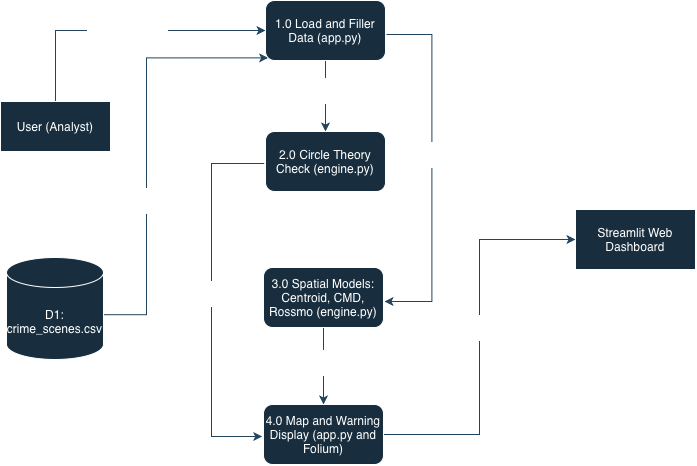
Above: Geographic_Profiling_DFD.drawio.png in annacsprojects/gold-crest-geographic-profiling (draw.io), before the change. Source tidied: cells renumbered, new cells last; positions are measured from the earlier drawing's top-left corner, leaving out a move shared by most shapes. Its diagram source:
```xml
<mxGraphModel background="light-dark(#FFFFFF,#FFFFFF)">
  <root>
    <mxCell id="0" />
    <mxCell id="1" parent="0" />
    <mxCell id="2" style="edgeStyle=orthogonalEdgeStyle;rounded=0;jettySize=auto;html=1;entryX=0;entryY=0.5;entryDx=0;entryDy=0;defaultLabelBackgroundColor=page;labelPadding=0 4;fontColor=default;strokeColor=#23445D;" parent="1" edge="1" source="4" target="12">
      <mxGeometry relative="1" as="geometry">
        <Array as="points">
          <mxPoint x="55" y="30" />
        </Array>
      </mxGeometry>
    </mxCell>
    <mxCell id="3" value="Mode, Case &amp;amp;&amp;nbsp;&lt;div&gt;Table Edits&lt;/div&gt;" style="edgeLabel;html=1;align=center;verticalAlign=middle;inheritText=fontFamily,fontSize,fontStyle,textOpacity,labelBorderColor,labelBorderWidth,labelBackgroundColor,defaultLabelBackgroundColor,labelPadding;defaultLabelBackgroundColor=page;labelPadding=0 4;fontColor=#FFFFFF;" parent="2" vertex="1">
      <mxGeometry x="0.01" y="1" relative="1" as="geometry" />
    </mxCell>
    <mxCell id="4" value="User (Analyst)" style="html=1;whiteSpace=wrap;labelBackgroundColor=none;fillColor=#182E3E;strokeColor=#FFFFFF;fontColor=#FFFFFF;" parent="1" vertex="1">
      <mxGeometry y="101" width="110" height="50" as="geometry" />
    </mxCell>
    <mxCell id="5" style="edgeStyle=orthogonalEdgeStyle;rounded=0;jettySize=auto;html=1;exitX=0.5;exitY=0;exitDx=0;exitDy=0;exitPerimeter=0;entryX=0;entryY=1;entryDx=0;entryDy=0;defaultLabelBackgroundColor=page;labelPadding=0 4;fontColor=default;strokeColor=#23445D;" parent="1" edge="1" source="7" target="12">
      <mxGeometry x="0.22" relative="1" as="geometry">
        <Array as="points">
          <mxPoint x="54.5" y="314.2" />
          <mxPoint x="146" y="314.2" />
          <mxPoint x="146" y="57.4" />
        </Array>
      </mxGeometry>
    </mxCell>
    <mxCell id="6" value="Lat/Lon&amp;nbsp;&lt;div&gt;Rows&lt;/div&gt;" style="edgeLabel;html=1;align=center;verticalAlign=middle;inheritText=fontFamily,fontSize,fontStyle,textOpacity,labelBorderColor,labelBorderWidth,labelBackgroundColor,defaultLabelBackgroundColor,labelPadding;defaultLabelBackgroundColor=page;labelPadding=0 4;fontColor=#FFFFFF;" parent="5" vertex="1">
      <mxGeometry x="-0.01" relative="1" as="geometry" />
    </mxCell>
    <mxCell id="7" value="D1: crime_scenes.csv" style="shape=cylinder3;whiteSpace=wrap;html=1;boundedLbl=1;backgroundOutline=1;size=15;labelBackgroundColor=none;fillColor=#182E3E;strokeColor=#FFFFFF;fontColor=#FFFFFF;" parent="1" vertex="1">
      <mxGeometry x="6" y="257" width="97" height="102" as="geometry" />
    </mxCell>
    <mxCell id="8" style="edgeStyle=orthogonalEdgeStyle;rounded=0;jettySize=auto;html=1;entryX=0.5;entryY=0;entryDx=0;entryDy=0;defaultLabelBackgroundColor=page;labelPadding=0 4;fontColor=default;strokeColor=#23445D;" parent="1" edge="1" source="12" target="15">
      <mxGeometry relative="1" as="geometry" />
    </mxCell>
    <mxCell id="9" value="Organised&lt;div&gt;Coordinates&lt;/div&gt;" style="edgeLabel;html=1;align=center;verticalAlign=middle;inheritText=fontFamily,fontSize,fontStyle,textOpacity,labelBorderColor,labelBorderWidth,labelBackgroundColor,defaultLabelBackgroundColor,labelPadding;defaultLabelBackgroundColor=page;labelPadding=0 4;fontColor=#FFFFFF;" parent="8" vertex="1">
      <mxGeometry x="-0.15" y="-3" relative="1" as="geometry" />
    </mxCell>
    <mxCell id="10" style="edgeStyle=orthogonalEdgeStyle;rounded=0;orthogonalLoop=1;jettySize=auto;html=1;exitX=1;exitY=0.5;exitDx=0;exitDy=0;entryX=1;entryY=0.5;entryDx=0;entryDy=0;defaultLabelBackgroundColor=page;labelPadding=0 4;fontColor=default;strokeColor=#23445D;" parent="1" edge="1">
      <mxGeometry relative="1" as="geometry">
        <mxPoint x="386" y="34" as="sourcePoint" />
        <mxPoint x="384" y="301" as="targetPoint" />
        <Array as="points">
          <mxPoint x="431.4" y="34" />
          <mxPoint x="431.4" y="301" />
        </Array>
      </mxGeometry>
    </mxCell>
    <mxCell id="11" value="Organised&lt;div&gt;Coordinates&lt;/div&gt;" style="edgeLabel;html=1;align=center;verticalAlign=middle;inheritText=fontFamily,fontSize,fontStyle,textOpacity,labelBorderColor,labelBorderWidth,labelBackgroundColor,defaultLabelBackgroundColor,labelPadding;defaultLabelBackgroundColor=page;labelPadding=0 4;fontColor=#FFFFFF;" parent="10" vertex="1">
      <mxGeometry x="0.46" y="-2" relative="1" as="geometry">
        <mxPoint x="4" y="-97" as="offset" />
      </mxGeometry>
    </mxCell>
    <mxCell id="12" value="1.0 Load and Filler Data (app.py)" style="rounded=1;whiteSpace=wrap;html=1;roundedPerimeter=1;labelBackgroundColor=none;fillColor=#182E3E;strokeColor=#FFFFFF;fontColor=#FFFFFF;" parent="1" vertex="1">
      <mxGeometry x="265" width="120" height="60" as="geometry" />
    </mxCell>
    <mxCell id="13" style="edgeStyle=orthogonalEdgeStyle;rounded=0;orthogonalLoop=1;jettySize=auto;html=1;exitX=0;exitY=0.5;exitDx=0;exitDy=0;entryX=0;entryY=0.5;entryDx=0;entryDy=0;defaultLabelBackgroundColor=page;labelPadding=0 4;fontColor=default;strokeColor=#23445D;" parent="1" edge="1">
      <mxGeometry relative="1" as="geometry">
        <mxPoint x="263.7" y="163" as="sourcePoint" />
        <mxPoint x="261.7" y="436" as="targetPoint" />
        <Array as="points">
          <mxPoint x="211" y="163" />
          <mxPoint x="211" y="436" />
        </Array>
      </mxGeometry>
    </mxCell>
    <mxCell id="14" value="Marauder/&lt;div&gt;Commuter Flag&lt;/div&gt;" style="edgeLabel;html=1;align=center;verticalAlign=middle;inheritText=fontFamily,fontSize,fontStyle,textOpacity,labelBorderColor,labelBorderWidth,labelBackgroundColor,defaultLabelBackgroundColor,labelPadding;defaultLabelBackgroundColor=page;labelPadding=0 4;fontColor=#FFFFFF;" parent="13" vertex="1">
      <mxGeometry x="0.46" relative="1" as="geometry">
        <mxPoint x="-1" y="-92" as="offset" />
      </mxGeometry>
    </mxCell>
    <mxCell id="15" value="2.0 Circle Theory Check (engine.py)" style="rounded=1;whiteSpace=wrap;html=1;roundedPerimeter=1;labelBackgroundColor=none;fillColor=#182E3E;strokeColor=#FFFFFF;fontColor=#FFFFFF;" parent="1" vertex="1">
      <mxGeometry x="265" y="131" width="120" height="60" as="geometry" />
    </mxCell>
    <mxCell id="16" style="edgeStyle=orthogonalEdgeStyle;rounded=0;jettySize=auto;html=1;entryX=0.5;entryY=0;entryDx=0;entryDy=0;defaultLabelBackgroundColor=page;labelPadding=0 4;fontColor=default;strokeColor=#23445D;" parent="1" edge="1" source="18" target="21">
      <mxGeometry relative="1" as="geometry" />
    </mxCell>
    <mxCell id="17" value="Centroid, CMD,&amp;nbsp;&lt;div&gt;and Heatmap&lt;/div&gt;" style="edgeLabel;html=1;align=center;verticalAlign=middle;inheritText=fontFamily,fontSize,fontStyle,textOpacity,labelBorderColor,labelBorderWidth,labelBackgroundColor,defaultLabelBackgroundColor,labelPadding;defaultLabelBackgroundColor=page;labelPadding=0 4;fontColor=#FFFFFF;" parent="16" vertex="1">
      <mxGeometry x="-0.08" relative="1" as="geometry" />
    </mxCell>
    <mxCell id="18" value="3.0 Spatial Models: Centroid, CMD, Rossmo (engine.py)" style="rounded=1;whiteSpace=wrap;html=1;roundedPerimeter=1;labelBackgroundColor=none;fillColor=#182E3E;strokeColor=#FFFFFF;fontColor=#FFFFFF;" parent="1" vertex="1">
      <mxGeometry x="263" y="267" width="120" height="60" as="geometry" />
    </mxCell>
    <mxCell id="19" style="edgeStyle=orthogonalEdgeStyle;rounded=0;jettySize=auto;html=1;entryX=0;entryY=0.5;entryDx=0;entryDy=0;defaultLabelBackgroundColor=page;labelPadding=0 4;fontColor=default;strokeColor=#23445D;" parent="1" edge="1" source="21" target="22">
      <mxGeometry relative="1" as="geometry" />
    </mxCell>
    <mxCell id="20" value="&lt;div&gt;Interactive Map&lt;br&gt;&lt;/div&gt;&lt;div&gt;and Alerts&lt;/div&gt;" style="edgeLabel;html=1;align=center;verticalAlign=middle;inheritText=fontFamily,fontSize,fontStyle,textOpacity,labelBorderColor,labelBorderWidth,labelBackgroundColor,defaultLabelBackgroundColor,labelPadding;defaultLabelBackgroundColor=page;labelPadding=0 4;fontColor=#FFFFFF;" parent="19" vertex="1">
      <mxGeometry x="-0.08" y="-2" relative="1" as="geometry">
        <mxPoint x="-2" y="-26" as="offset" />
      </mxGeometry>
    </mxCell>
    <mxCell id="21" value="4.0 Map and Warning Display (app.py and Folium)" style="rounded=1;whiteSpace=wrap;html=1;roundedPerimeter=1;labelBackgroundColor=none;fillColor=#182E3E;strokeColor=#FFFFFF;fontColor=#FFFFFF;" parent="1" vertex="1">
      <mxGeometry x="263" y="404" width="120" height="60" as="geometry" />
    </mxCell>
    <mxCell id="22" value="Streamlit Web Dashboard" style="rounded=0;whiteSpace=wrap;html=1;labelBackgroundColor=none;fillColor=#182E3E;strokeColor=#FFFFFF;fontColor=#FFFFFF;" parent="1" vertex="1">
      <mxGeometry x="575" y="209" width="120" height="60" as="geometry" />
    </mxCell>
  </root>
</mxGraphModel>
```
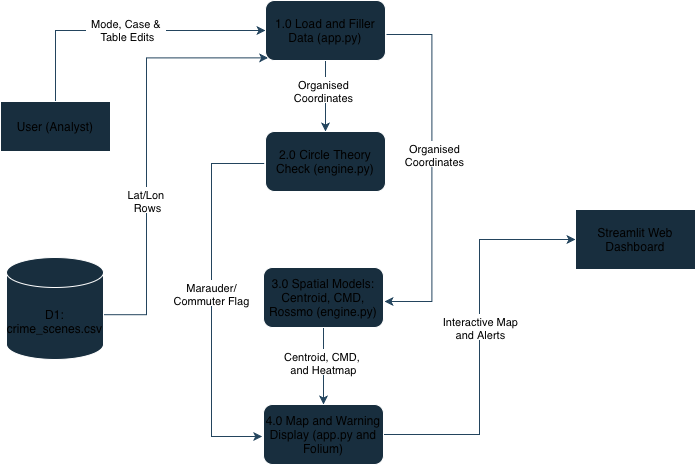
Later version of the same file.

What changed in the source:
```diff
@@ -2,20 +2,20 @@
   <root>
     <mxCell id="0" />
     <mxCell id="1" parent="0" />
-    <mxCell id="2" style="edgeStyle=orthogonalEdgeStyle;rounded=0;jettySize=auto;html=1;entryX=0;entryY=0.5;entryDx=0;entryDy=0;defaultLabelBackgroundColor=page;labelPadding=0 4;fontColor=default;strokeColor=#23445D;" parent="1" edge="1" source="4" target="12">
+    <mxCell id="2" style="edgeStyle=orthogonalEdgeStyle;rounded=0;jettySize=auto;html=1;entryX=0;entryY=0.5;entryDx=0;entryDy=0;defaultLabelBackgroundColor=page;labelPadding=0 4;fontColor=light-dark(#000000,#0A0A0A);strokeColor=#23445D;" parent="1" edge="1" source="4" target="12">
       <mxGeometry relative="1" as="geometry">
         <Array as="points">
           <mxPoint x="55" y="30" />
         </Array>
       </mxGeometry>
     </mxCell>
-    <mxCell id="3" value="Mode, Case &amp;amp;&amp;nbsp;&lt;div&gt;Table Edits&lt;/div&gt;" style="edgeLabel;html=1;align=center;verticalAlign=middle;inheritText=fontFamily,fontSize,fontStyle,textOpacity,labelBorderColor,labelBorderWidth,labelBackgroundColor,defaultLabelBackgroundColor,labelPadding;defaultLabelBackgroundColor=page;labelPadding=0 4;fontColor=#FFFFFF;" parent="2" vertex="1">
+    <mxCell id="3" value="Mode, Case &amp;amp;&amp;nbsp;&lt;div&gt;Table Edits&lt;/div&gt;" style="edgeLabel;html=1;align=center;verticalAlign=middle;inheritText=fontFamily,fontSize,fontStyle,textOpacity,labelBorderColor,labelBorderWidth,labelBackgroundColor,defaultLabelBackgroundColor,labelPadding;defaultLabelBackgroundColor=page;labelPadding=0 4;fontColor=light-dark(#000000,#0A0A0A);" parent="2" vertex="1">
       <mxGeometry x="0.01" y="1" relative="1" as="geometry" />
     </mxCell>
-    <mxCell id="4" value="User (Analyst)" style="html=1;whiteSpace=wrap;labelBackgroundColor=none;fillColor=#182E3E;strokeColor=#FFFFFF;fontColor=#FFFFFF;" parent="1" vertex="1">
+    <mxCell id="4" value="User (Analyst)" style="html=1;whiteSpace=wrap;labelBackgroundColor=none;fillColor=#182E3E;strokeColor=#FFFFFF;fontColor=light-dark(#000000,#0A0A0A);" parent="1" vertex="1">
       <mxGeometry y="101" width="110" height="50" as="geometry" />
     </mxCell>
-    <mxCell id="5" style="edgeStyle=orthogonalEdgeStyle;rounded=0;jettySize=auto;html=1;exitX=0.5;exitY=0;exitDx=0;exitDy=0;exitPerimeter=0;entryX=0;entryY=1;entryDx=0;entryDy=0;defaultLabelBackgroundColor=page;labelPadding=0 4;fontColor=default;strokeColor=#23445D;" parent="1" edge="1" source="7" target="12">
+    <mxCell id="5" style="edgeStyle=orthogonalEdgeStyle;rounded=0;jettySize=auto;html=1;exitX=0.5;exitY=0;exitDx=0;exitDy=0;exitPerimeter=0;entryX=0;entryY=1;entryDx=0;entryDy=0;defaultLabelBackgroundColor=page;labelPadding=0 4;fontColor=light-dark(#000000,#0A0A0A);strokeColor=#23445D;" parent="1" edge="1" source="7" target="12">
       <mxGeometry x="0.22" relative="1" as="geometry">
         <Array as="points">
           <mxPoint x="54.5" y="314.2" />
@@ -24,19 +24,19 @@
         </Array>
       </mxGeometry>
     </mxCell>
-    <mxCell id="6" value="Lat/Lon&amp;nbsp;&lt;div&gt;Rows&lt;/div&gt;" style="edgeLabel;html=1;align=center;verticalAlign=middle;inheritText=fontFamily,fontSize,fontStyle,textOpacity,labelBorderColor,labelBorderWidth,labelBackgroundColor,defaultLabelBackgroundColor,labelPadding;defaultLabelBackgroundColor=page;labelPadding=0 4;fontColor=#FFFFFF;" parent="5" vertex="1">
+    <mxCell id="6" value="Lat/Lon&amp;nbsp;&lt;div&gt;Rows&lt;/div&gt;" style="edgeLabel;html=1;align=center;verticalAlign=middle;inheritText=fontFamily,fontSize,fontStyle,textOpacity,labelBorderColor,labelBorderWidth,labelBackgroundColor,defaultLabelBackgroundColor,labelPadding;defaultLabelBackgroundColor=page;labelPadding=0 4;fontColor=light-dark(#000000,#0A0A0A);" parent="5" vertex="1">
       <mxGeometry x="-0.01" relative="1" as="geometry" />
     </mxCell>
-    <mxCell id="7" value="D1: crime_scenes.csv" style="shape=cylinder3;whiteSpace=wrap;html=1;boundedLbl=1;backgroundOutline=1;size=15;labelBackgroundColor=none;fillColor=#182E3E;strokeColor=#FFFFFF;fontColor=#FFFFFF;" parent="1" vertex="1">
+    <mxCell id="7" value="D1: crime_scenes.csv" style="shape=cylinder3;whiteSpace=wrap;html=1;boundedLbl=1;backgroundOutline=1;size=15;labelBackgroundColor=none;fillColor=#182E3E;strokeColor=#FFFFFF;fontColor=light-dark(#000000,#0A0A0A);" parent="1" vertex="1">
       <mxGeometry x="6" y="257" width="97" height="102" as="geometry" />
     </mxCell>
-    <mxCell id="8" style="edgeStyle=orthogonalEdgeStyle;rounded=0;jettySize=auto;html=1;entryX=0.5;entryY=0;entryDx=0;entryDy=0;defaultLabelBackgroundColor=page;labelPadding=0 4;fontColor=default;strokeColor=#23445D;" parent="1" edge="1" source="12" target="15">
+    <mxCell id="8" style="edgeStyle=orthogonalEdgeStyle;rounded=0;jettySize=auto;html=1;entryX=0.5;entryY=0;entryDx=0;entryDy=0;defaultLabelBackgroundColor=page;labelPadding=0 4;fontColor=light-dark(#000000,#0A0A0A);strokeColor=#23445D;" parent="1" edge="1" source="12" target="15">
       <mxGeometry relative="1" as="geometry" />
     </mxCell>
-    <mxCell id="9" value="Organised&lt;div&gt;Coordinates&lt;/div&gt;" style="edgeLabel;html=1;align=center;verticalAlign=middle;inheritText=fontFamily,fontSize,fontStyle,textOpacity,labelBorderColor,labelBorderWidth,labelBackgroundColor,defaultLabelBackgroundColor,labelPadding;defaultLabelBackgroundColor=page;labelPadding=0 4;fontColor=#FFFFFF;" parent="8" vertex="1">
+    <mxCell id="9" value="Organised&lt;div&gt;Coordinates&lt;/div&gt;" style="edgeLabel;html=1;align=center;verticalAlign=middle;inheritText=fontFamily,fontSize,fontStyle,textOpacity,labelBorderColor,labelBorderWidth,labelBackgroundColor,defaultLabelBackgroundColor,labelPadding;defaultLabelBackgroundColor=page;labelPadding=0 4;fontColor=light-dark(#000000,#0A0A0A);" parent="8" vertex="1">
       <mxGeometry x="-0.15" y="-3" relative="1" as="geometry" />
     </mxCell>
-    <mxCell id="10" style="edgeStyle=orthogonalEdgeStyle;rounded=0;orthogonalLoop=1;jettySize=auto;html=1;exitX=1;exitY=0.5;exitDx=0;exitDy=0;entryX=1;entryY=0.5;entryDx=0;entryDy=0;defaultLabelBackgroundColor=page;labelPadding=0 4;fontColor=default;strokeColor=#23445D;" parent="1" edge="1">
+    <mxCell id="10" style="edgeStyle=orthogonalEdgeStyle;rounded=0;orthogonalLoop=1;jettySize=auto;html=1;exitX=1;exitY=0.5;exitDx=0;exitDy=0;entryX=1;entryY=0.5;entryDx=0;entryDy=0;defaultLabelBackgroundColor=page;labelPadding=0 4;fontColor=light-dark(#000000,#0A0A0A);strokeColor=#23445D;" parent="1" edge="1">
       <mxGeometry relative="1" as="geometry">
         <mxPoint x="386" y="34" as="sourcePoint" />
         <mxPoint x="384" y="301" as="targetPoint" />
@@ -46,15 +46,15 @@
         </Array>
       </mxGeometry>
     </mxCell>
-    <mxCell id="11" value="Organised&lt;div&gt;Coordinates&lt;/div&gt;" style="edgeLabel;html=1;align=center;verticalAlign=middle;inheritText=fontFamily,fontSize,fontStyle,textOpacity,labelBorderColor,labelBorderWidth,labelBackgroundColor,defaultLabelBackgroundColor,labelPadding;defaultLabelBackgroundColor=page;labelPadding=0 4;fontColor=#FFFFFF;" parent="10" vertex="1">
+    <mxCell id="11" value="Organised&lt;div&gt;Coordinates&lt;/div&gt;" style="edgeLabel;html=1;align=center;verticalAlign=middle;inheritText=fontFamily,fontSize,fontStyle,textOpacity,labelBorderColor,labelBorderWidth,labelBackgroundColor,defaultLabelBackgroundColor,labelPadding;defaultLabelBackgroundColor=page;labelPadding=0 4;fontColor=light-dark(#000000,#0A0A0A);" parent="10" vertex="1">
       <mxGeometry x="0.46" y="-2" relative="1" as="geometry">
         <mxPoint x="4" y="-97" as="offset" />
       </mxGeometry>
     </mxCell>
-    <mxCell id="12" value="1.0 Load and Filler Data (app.py)" style="rounded=1;whiteSpace=wrap;html=1;roundedPerimeter=1;labelBackgroundColor=none;fillColor=#182E3E;strokeColor=#FFFFFF;fontColor=#FFFFFF;" parent="1" vertex="1">
+    <mxCell id="12" value="1.0 Load and Filler Data (app.py)" style="rounded=1;whiteSpace=wrap;html=1;roundedPerimeter=1;labelBackgroundColor=none;fillColor=#182E3E;strokeColor=#FFFFFF;fontColor=light-dark(#000000,#0A0A0A);" parent="1" vertex="1">
       <mxGeometry x="265" width="120" height="60" as="geometry" />
     </mxCell>
-    <mxCell id="13" style="edgeStyle=orthogonalEdgeStyle;rounded=0;orthogonalLoop=1;jettySize=auto;html=1;exitX=0;exitY=0.5;exitDx=0;exitDy=0;entryX=0;entryY=0.5;entryDx=0;entryDy=0;defaultLabelBackgroundColor=page;labelPadding=0 4;fontColor=default;strokeColor=#23445D;" parent="1" edge="1">
+    <mxCell id="13" style="edgeStyle=orthogonalEdgeStyle;rounded=0;orthogonalLoop=1;jettySize=auto;html=1;exitX=0;exitY=0.5;exitDx=0;exitDy=0;entryX=0;entryY=0.5;entryDx=0;entryDy=0;defaultLabelBackgroundColor=page;labelPadding=0 4;fontColor=light-dark(#000000,#0A0A0A);strokeColor=#23445D;" parent="1" edge="1">
       <mxGeometry relative="1" as="geometry">
         <mxPoint x="263.7" y="163" as="sourcePoint" />
         <mxPoint x="261.7" y="436" as="targetPoint" />
@@ -64,35 +64,35 @@
         </Array>
       </mxGeometry>
     </mxCell>
-    <mxCell id="14" value="Marauder/&lt;div&gt;Commuter Flag&lt;/div&gt;" style="edgeLabel;html=1;align=center;verticalAlign=middle;inheritText=fontFamily,fontSize,fontStyle,textOpacity,labelBorderColor,labelBorderWidth,labelBackgroundColor,defaultLabelBackgroundColor,labelPadding;defaultLabelBackgroundColor=page;labelPadding=0 4;fontColor=#FFFFFF;" parent="13" vertex="1">
+    <mxCell id="14" value="Marauder/&lt;div&gt;Commuter Flag&lt;/div&gt;" style="edgeLabel;html=1;align=center;verticalAlign=middle;inheritText=fontFamily,fontSize,fontStyle,textOpacity,labelBorderColor,labelBorderWidth,labelBackgroundColor,defaultLabelBackgroundColor,labelPadding;defaultLabelBackgroundColor=page;labelPadding=0 4;fontColor=light-dark(#000000,#0A0A0A);" parent="13" vertex="1">
       <mxGeometry x="0.46" relative="1" as="geometry">
         <mxPoint x="-1" y="-92" as="offset" />
       </mxGeometry>
     </mxCell>
-    <mxCell id="15" value="2.0 Circle Theory Check (engine.py)" style="rounded=1;whiteSpace=wrap;html=1;roundedPerimeter=1;labelBackgroundColor=none;fillColor=#182E3E;strokeColor=#FFFFFF;fontColor=#FFFFFF;" parent="1" vertex="1">
+    <mxCell id="15" value="2.0 Circle Theory Check (engine.py)" style="rounded=1;whiteSpace=wrap;html=1;roundedPerimeter=1;labelBackgroundColor=none;fillColor=#182E3E;strokeColor=#FFFFFF;fontColor=light-dark(#000000,#0A0A0A);" parent="1" vertex="1">
       <mxGeometry x="265" y="131" width="120" height="60" as="geometry" />
     </mxCell>
-    <mxCell id="16" style="edgeStyle=orthogonalEdgeStyle;rounded=0;jettySize=auto;html=1;entryX=0.5;entryY=0;entryDx=0;entryDy=0;defaultLabelBackgroundColor=page;labelPadding=0 4;fontColor=default;strokeColor=#23445D;" parent="1" edge="1" source="18" target="21">
+    <mxCell id="16" style="edgeStyle=orthogonalEdgeStyle;rounded=0;jettySize=auto;html=1;entryX=0.5;entryY=0;entryDx=0;entryDy=0;defaultLabelBackgroundColor=page;labelPadding=0 4;fontColor=light-dark(#000000,#0A0A0A);strokeColor=#23445D;" parent="1" edge="1" source="18" target="21">
       <mxGeometry relative="1" as="geometry" />
     </mxCell>
-    <mxCell id="17" value="Centroid, CMD,&amp;nbsp;&lt;div&gt;and Heatmap&lt;/div&gt;" style="edgeLabel;html=1;align=center;verticalAlign=middle;inheritText=fontFamily,fontSize,fontStyle,textOpacity,labelBorderColor,labelBorderWidth,labelBackgroundColor,defaultLabelBackgroundColor,labelPadding;defaultLabelBackgroundColor=page;labelPadding=0 4;fontColor=#FFFFFF;" parent="16" vertex="1">
+    <mxCell id="17" value="Centroid, CMD,&amp;nbsp;&lt;div&gt;and Heatmap&lt;/div&gt;" style="edgeLabel;html=1;align=center;verticalAlign=middle;inheritText=fontFamily,fontSize,fontStyle,textOpacity,labelBorderColor,labelBorderWidth,labelBackgroundColor,defaultLabelBackgroundColor,labelPadding;defaultLabelBackgroundColor=page;labelPadding=0 4;fontColor=light-dark(#000000,#0A0A0A);" parent="16" vertex="1">
       <mxGeometry x="-0.08" relative="1" as="geometry" />
     </mxCell>
-    <mxCell id="18" value="3.0 Spatial Models: Centroid, CMD, Rossmo (engine.py)" style="rounded=1;whiteSpace=wrap;html=1;roundedPerimeter=1;labelBackgroundColor=none;fillColor=#182E3E;strokeColor=#FFFFFF;fontColor=#FFFFFF;" parent="1" vertex="1">
+    <mxCell id="18" value="3.0 Spatial Models: Centroid, CMD, Rossmo (engine.py)" style="rounded=1;whiteSpace=wrap;html=1;roundedPerimeter=1;labelBackgroundColor=none;fillColor=#182E3E;strokeColor=#FFFFFF;fontColor=light-dark(#000000,#0A0A0A);" parent="1" vertex="1">
       <mxGeometry x="263" y="267" width="120" height="60" as="geometry" />
     </mxCell>
-    <mxCell id="19" style="edgeStyle=orthogonalEdgeStyle;rounded=0;jettySize=auto;html=1;entryX=0;entryY=0.5;entryDx=0;entryDy=0;defaultLabelBackgroundColor=page;labelPadding=0 4;fontColor=default;strokeColor=#23445D;" parent="1" edge="1" source="21" target="22">
+    <mxCell id="19" style="edgeStyle=orthogonalEdgeStyle;rounded=0;jettySize=auto;html=1;entryX=0;entryY=0.5;entryDx=0;entryDy=0;defaultLabelBackgroundColor=page;labelPadding=0 4;fontColor=light-dark(#000000,#0A0A0A);strokeColor=#23445D;" parent="1" edge="1" source="21" target="22">
       <mxGeometry relative="1" as="geometry" />
     </mxCell>
-    <mxCell id="20" value="&lt;div&gt;Interactive Map&lt;br&gt;&lt;/div&gt;&lt;div&gt;and Alerts&lt;/div&gt;" style="edgeLabel;html=1;align=center;verticalAlign=middle;inheritText=fontFamily,fontSize,fontStyle,textOpacity,labelBorderColor,labelBorderWidth,labelBackgroundColor,defaultLabelBackgroundColor,labelPadding;defaultLabelBackgroundColor=page;labelPadding=0 4;fontColor=#FFFFFF;" parent="19" vertex="1">
+    <mxCell id="20" value="&lt;div&gt;Interactive Map&lt;br&gt;&lt;/div&gt;&lt;div&gt;and Alerts&lt;/div&gt;" style="edgeLabel;html=1;align=center;verticalAlign=middle;inheritText=fontFamily,fontSize,fontStyle,textOpacity,labelBorderColor,labelBorderWidth,labelBackgroundColor,defaultLabelBackgroundColor,labelPadding;defaultLabelBackgroundColor=page;labelPadding=0 4;fontColor=light-dark(#000000,#0A0A0A);" parent="19" vertex="1">
       <mxGeometry x="-0.08" y="-2" relative="1" as="geometry">
         <mxPoint x="-2" y="-26" as="offset" />
       </mxGeometry>
     </mxCell>
-    <mxCell id="21" value="4.0 Map and Warning Display (app.py and Folium)" style="rounded=1;whiteSpace=wrap;html=1;roundedPerimeter=1;labelBackgroundColor=none;fillColor=#182E3E;strokeColor=#FFFFFF;fontColor=#FFFFFF;" parent="1" vertex="1">
+    <mxCell id="21" value="4.0 Map and Warning Display (app.py and Folium)" style="rounded=1;whiteSpace=wrap;html=1;roundedPerimeter=1;labelBackgroundColor=none;fillColor=#182E3E;strokeColor=#FFFFFF;fontColor=light-dark(#000000,#0A0A0A);" parent="1" vertex="1">
       <mxGeometry x="263" y="404" width="120" height="60" as="geometry" />
     </mxCell>
-    <mxCell id="22" value="Streamlit Web Dashboard" style="rounded=0;whiteSpace=wrap;html=1;labelBackgroundColor=none;fillColor=#182E3E;strokeColor=#FFFFFF;fontColor=#FFFFFF;" parent="1" vertex="1">
+    <mxCell id="22" value="Streamlit Web Dashboard" style="rounded=0;whiteSpace=wrap;html=1;labelBackgroundColor=none;fillColor=#182E3E;strokeColor=#FFFFFF;fontColor=light-dark(#000000,#0A0A0A);" parent="1" vertex="1">
       <mxGeometry x="575" y="209" width="120" height="60" as="geometry" />
     </mxCell>
   </root>
```
